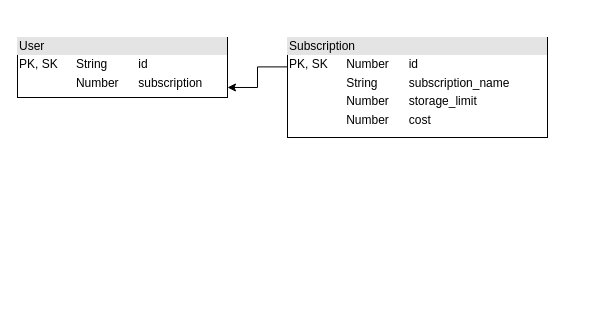
Earlier version of the draw.io diagram UML.drawio (lekarus/screenshot_api). Source tidied: cells renumbered, new cells numbered last; positions are measured from the earlier drawing's top-left corner, leaving out a move shared by most shapes. Both pictures are drawn from the tidied source at 100%, with x=0, y=0 at pixel (17, 37).
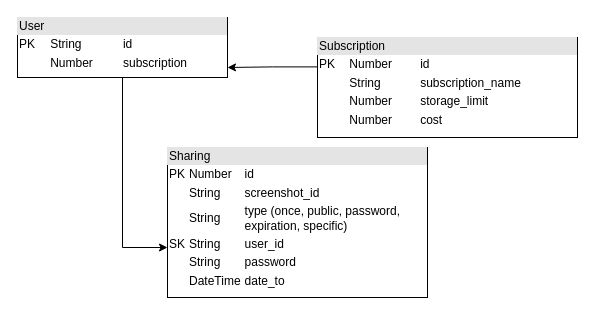
After the change.

Commit message (it also covers changes not shown here):
create sharing table

Diff of the diagram source:
```diff
@@
 <mxGraphModel>
   <root>
     <mxCell id="0" />
     <mxCell id="1" parent="0" />
+    <mxCell id="5" style="edgeStyle=orthogonalEdgeStyle;rounded=0;jettySize=auto;html=1;" parent="1" edge="1" source="2" target="6">
+      <mxGeometry relative="1" as="geometry">
+        <Array as="points">
+          <mxPoint x="105" y="210" />
+        </Array>
+      </mxGeometry>
+    </mxCell>
-    <mxCell id="2" value="&lt;div style=&quot;box-sizing:border-box;width:100%;background:#e4e4e4;padding:2px;&quot;&gt;User&lt;/div&gt;&lt;table style=&quot;width:100%;font-size:1em;&quot; cellpadding=&quot;2&quot; cellspacing=&quot;0&quot;&gt;&lt;tbody&gt;&lt;tr&gt;&lt;td&gt;PK, SK&lt;/td&gt;&lt;td&gt;String&lt;/td&gt;&lt;td&gt;id&lt;/td&gt;&lt;/tr&gt;&lt;tr&gt;&lt;td&gt;&lt;br&gt;&lt;/td&gt;&lt;td&gt;Number&lt;/td&gt;&lt;td&gt;subscription&lt;/td&gt;&lt;/tr&gt;&lt;tr&gt;&lt;td&gt;&lt;/td&gt;&lt;td&gt;&lt;br&gt;&lt;/td&gt;&lt;td&gt;&lt;br&gt;&lt;/td&gt;&lt;/tr&gt;&lt;tr&gt;&lt;td&gt;&lt;br&gt;&lt;/td&gt;&lt;td&gt;&lt;br&gt;&lt;/td&gt;&lt;td&gt;&lt;br&gt;&lt;/td&gt;&lt;/tr&gt;&lt;/tbody&gt;&lt;/table&gt;" style="verticalAlign=top;align=left;overflow=fill;html=1;whiteSpace=wrap;" parent="1" vertex="1">
-      <mxGeometry width="210" height="60" as="geometry" />
+    <mxCell id="2" value="&lt;div style=&quot;box-sizing:border-box;width:100%;background:#e4e4e4;padding:2px;&quot;&gt;User&lt;/div&gt;&lt;table style=&quot;width:100%;font-size:1em;&quot; cellpadding=&quot;2&quot; cellspacing=&quot;0&quot;&gt;&lt;tbody&gt;&lt;tr&gt;&lt;td&gt;PK&lt;/td&gt;&lt;td&gt;String&lt;/td&gt;&lt;td&gt;id&lt;/td&gt;&lt;/tr&gt;&lt;tr&gt;&lt;td&gt;&lt;br&gt;&lt;/td&gt;&lt;td&gt;Number&lt;/td&gt;&lt;td&gt;subscription&lt;/td&gt;&lt;/tr&gt;&lt;tr&gt;&lt;td&gt;&lt;/td&gt;&lt;td&gt;&lt;br&gt;&lt;/td&gt;&lt;td&gt;&lt;br&gt;&lt;/td&gt;&lt;/tr&gt;&lt;tr&gt;&lt;td&gt;&lt;br&gt;&lt;/td&gt;&lt;td&gt;&lt;br&gt;&lt;/td&gt;&lt;td&gt;&lt;br&gt;&lt;/td&gt;&lt;/tr&gt;&lt;/tbody&gt;&lt;/table&gt;" style="verticalAlign=top;align=left;overflow=fill;html=1;whiteSpace=wrap;" parent="1" vertex="1">
+      <mxGeometry y="-20" width="210" height="60" as="geometry" />
     </mxCell>
     <mxCell id="3" style="edgeStyle=orthogonalEdgeStyle;rounded=0;jettySize=auto;html=1;entryX=1;entryY=0.833;entryDx=0;entryDy=0;entryPerimeter=0;exitX=0.004;exitY=0.294;exitDx=0;exitDy=0;exitPerimeter=0;" parent="1" edge="1" source="4" target="2">
       <mxGeometry relative="1" as="geometry" />
     </mxCell>
-    <mxCell id="4" value="&lt;div style=&quot;box-sizing:border-box;width:100%;background:#e4e4e4;padding:2px;&quot;&gt;Subscription&lt;/div&gt;&lt;table style=&quot;width:100%;font-size:1em;&quot; cellpadding=&quot;2&quot; cellspacing=&quot;0&quot;&gt;&lt;tbody&gt;&lt;tr&gt;&lt;td&gt;PK, SK&lt;/td&gt;&lt;td&gt;Number&lt;/td&gt;&lt;td&gt;id&lt;/td&gt;&lt;/tr&gt;&lt;tr&gt;&lt;td&gt;&lt;br&gt;&lt;/td&gt;&lt;td&gt;String&lt;/td&gt;&lt;td&gt;subscription_name&lt;br&gt;&lt;/td&gt;&lt;/tr&gt;&lt;tr&gt;&lt;td&gt;&lt;/td&gt;&lt;td&gt;Number&lt;/td&gt;&lt;td&gt;storage_limit&lt;/td&gt;&lt;/tr&gt;&lt;tr&gt;&lt;td&gt;&lt;br&gt;&lt;/td&gt;&lt;td&gt;Number&lt;/td&gt;&lt;td&gt;cost&lt;/td&gt;&lt;/tr&gt;&lt;/tbody&gt;&lt;/table&gt;" style="verticalAlign=top;align=left;overflow=fill;html=1;whiteSpace=wrap;" parent="1" vertex="1">
-      <mxGeometry x="270" width="260" height="100" as="geometry" />
+    <mxCell id="4" value="&lt;div style=&quot;box-sizing:border-box;width:100%;background:#e4e4e4;padding:2px;&quot;&gt;Subscription&lt;/div&gt;&lt;table style=&quot;width:100%;font-size:1em;&quot; cellpadding=&quot;2&quot; cellspacing=&quot;0&quot;&gt;&lt;tbody&gt;&lt;tr&gt;&lt;td&gt;PK&lt;/td&gt;&lt;td&gt;Number&lt;/td&gt;&lt;td&gt;id&lt;/td&gt;&lt;/tr&gt;&lt;tr&gt;&lt;td&gt;&lt;br&gt;&lt;/td&gt;&lt;td&gt;String&lt;/td&gt;&lt;td&gt;subscription_name&lt;br&gt;&lt;/td&gt;&lt;/tr&gt;&lt;tr&gt;&lt;td&gt;&lt;/td&gt;&lt;td&gt;Number&lt;/td&gt;&lt;td&gt;storage_limit&lt;/td&gt;&lt;/tr&gt;&lt;tr&gt;&lt;td&gt;&lt;br&gt;&lt;/td&gt;&lt;td&gt;Number&lt;/td&gt;&lt;td&gt;cost&lt;/td&gt;&lt;/tr&gt;&lt;/tbody&gt;&lt;/table&gt;" style="verticalAlign=top;align=left;overflow=fill;html=1;whiteSpace=wrap;" parent="1" vertex="1">
+      <mxGeometry x="300" width="260" height="100" as="geometry" />
     </mxCell>
+    <mxCell id="6" value="&lt;div style=&quot;box-sizing:border-box;width:100%;background:#e4e4e4;padding:2px;&quot;&gt;Sharing&lt;/div&gt;&lt;table style=&quot;width:100%;font-size:1em;&quot; cellpadding=&quot;2&quot; cellspacing=&quot;0&quot;&gt;&lt;tbody&gt;&lt;tr&gt;&lt;td&gt;PK&lt;/td&gt;&lt;td&gt;Number&lt;/td&gt;&lt;td&gt;id&lt;/td&gt;&lt;/tr&gt;&lt;tr&gt;&lt;td&gt;&lt;/td&gt;&lt;td&gt;String&lt;/td&gt;&lt;td&gt;screenshot_id&lt;/td&gt;&lt;/tr&gt;&lt;tr&gt;&lt;td&gt;&lt;br&gt;&lt;/td&gt;&lt;td&gt;String&lt;/td&gt;&lt;td&gt;type (once, public, password, expiration, specific)&lt;br&gt;&lt;/td&gt;&lt;/tr&gt;&lt;tr&gt;&lt;td&gt;SK&lt;/td&gt;&lt;td&gt;String&lt;/td&gt;&lt;td&gt;user_id&lt;/td&gt;&lt;/tr&gt;&lt;tr&gt;&lt;td&gt;&lt;br&gt;&lt;/td&gt;&lt;td&gt;String&lt;/td&gt;&lt;td&gt;password&lt;/td&gt;&lt;/tr&gt;&lt;tr&gt;&lt;td&gt;&lt;br&gt;&lt;/td&gt;&lt;td&gt;DateTime&lt;/td&gt;&lt;td&gt;date_to&lt;/td&gt;&lt;/tr&gt;&lt;/tbody&gt;&lt;/table&gt;" style="verticalAlign=top;align=left;overflow=fill;html=1;whiteSpace=wrap;" parent="1" vertex="1">
+      <mxGeometry x="150" y="110" width="260" height="150" as="geometry" />
+    </mxCell>
   </root>
 </mxGraphModel>
```
